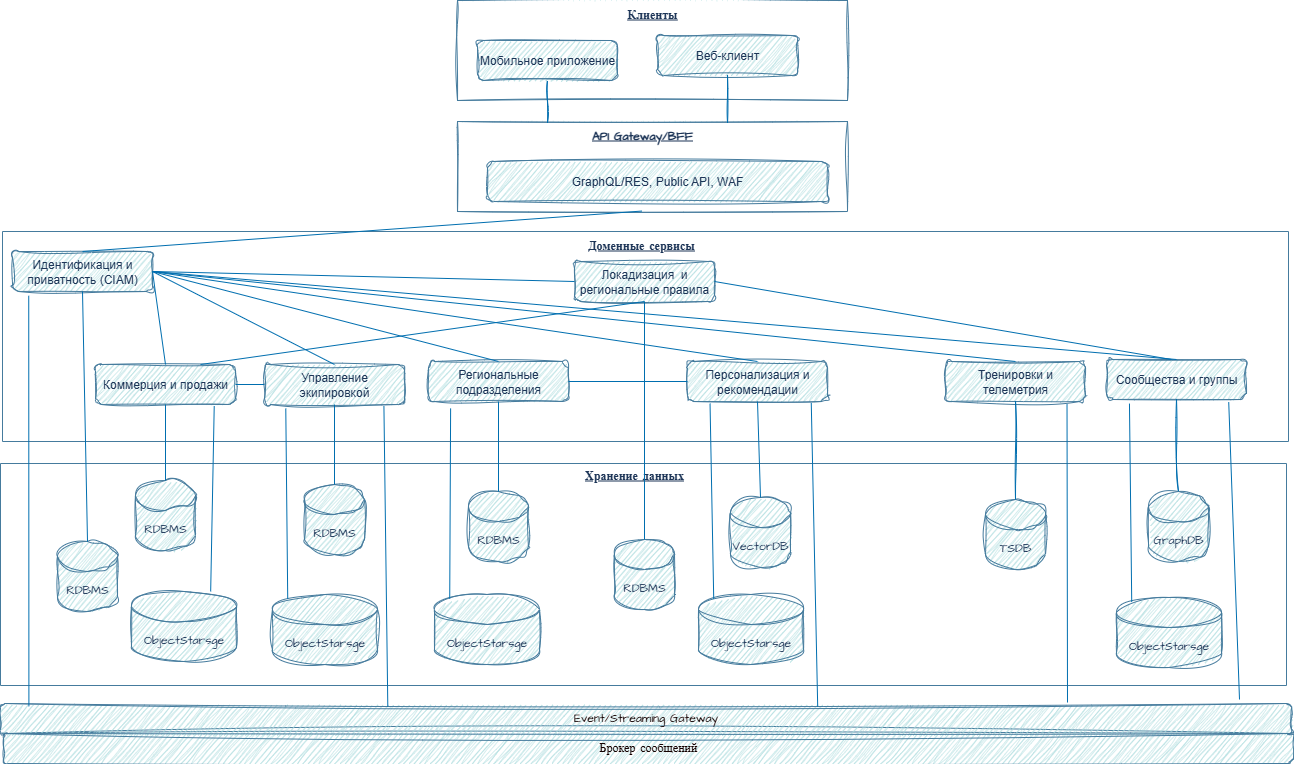
The draw.io diagram 013_Базовая архитектура.png in Karatel666/ArchitectureFinalWork, before a commit. Source tidied: cells renumbered, new cells last; positions are measured from the earlier drawing's top-left corner, leaving out a move shared by most shapes.
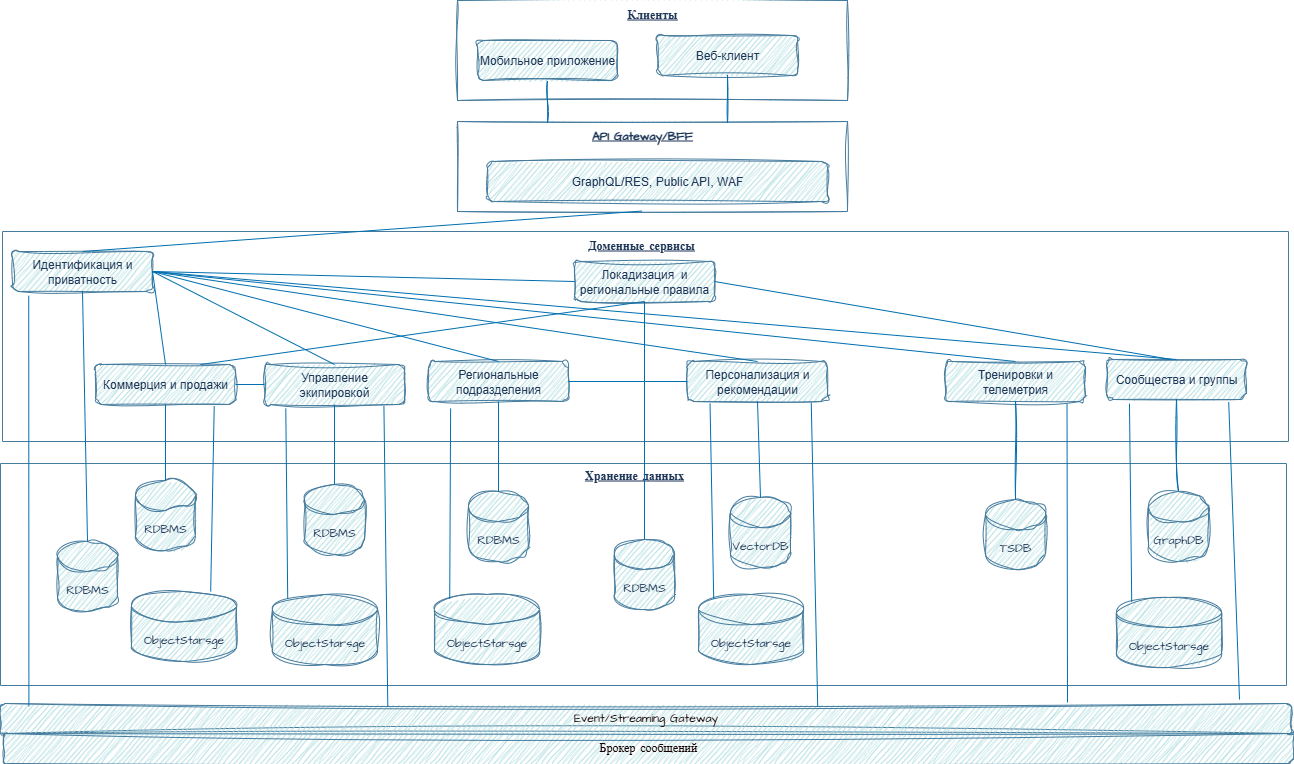
After the change.

The edit, as a diff of the source:
```diff
@@ -26,7 +26,7 @@
     <mxCell id="9" style="swimlane;startSize=0;hachureGap=4;strokeColor=#457B9D;fontFamily=Architects Daughter;fontSource=https%3A%2F%2Ffonts.googleapis.com%2Fcss%3Ffamily%3DArchitects%2BDaughter;fontColor=#1D3557;fillColor=#A8DADC;" parent="1" vertex="1">
       <mxGeometry x="2" y="231" width="1286" height="210" as="geometry" />
     </mxCell>
-    <mxCell id="10" value="Идентификация и приватность (CIAM)" style="rounded=1;whiteSpace=wrap;html=1;labelBackgroundColor=none;sketch=1;curveFitting=1;jiggle=2;fillColor=#A8DADC;strokeColor=#457B9D;fontColor=#1D3557;" parent="9" vertex="1">
+    <mxCell id="10" value="Идентификация и приватность" style="rounded=1;whiteSpace=wrap;html=1;labelBackgroundColor=none;sketch=1;curveFitting=1;jiggle=2;fillColor=#A8DADC;strokeColor=#457B9D;fontColor=#1D3557;" parent="9" vertex="1">
       <mxGeometry x="10" y="20" width="140" height="40" as="geometry" />
     </mxCell>
     <mxCell id="11" value="Доменные сервисы" style="text;html=1;align=center;verticalAlign=middle;whiteSpace=wrap;rounded=0;fontFamily=Architects Daughter;fontSource=https%3A%2F%2Ffonts.googleapis.com%2Fcss%3Ffamily%3DArchitects%2BDaughter;fontColor=#1D3557;fontStyle=5;" parent="9" vertex="1">
```
